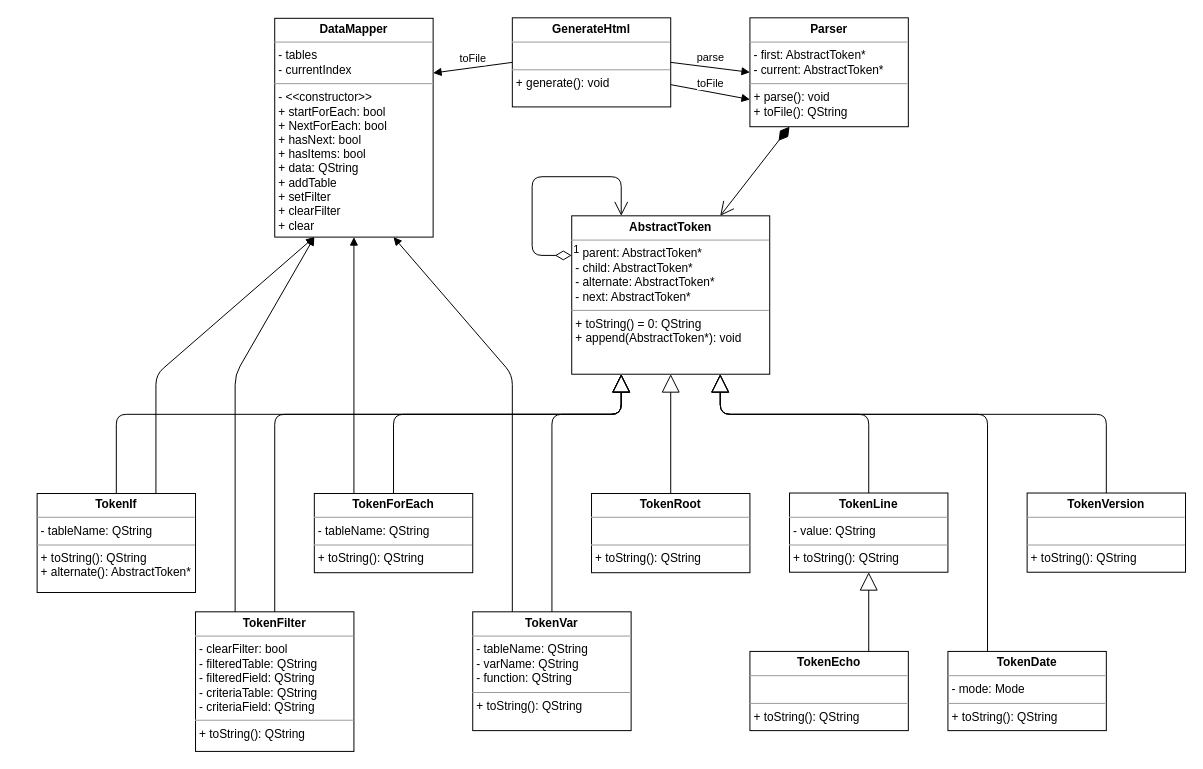
Above: page "genHtml" (6 of 9) of toolsDB.drawio in behej/toolsDB (draw.io), before the change. Source tidied: cells renumbered, new cells numbered last; positions are measured from the earlier drawing's top-left corner, leaving out a move shared by most shapes. Both pictures are drawn from the tidied source at 99%, with x=0, y=0 at pixel (37, 18).
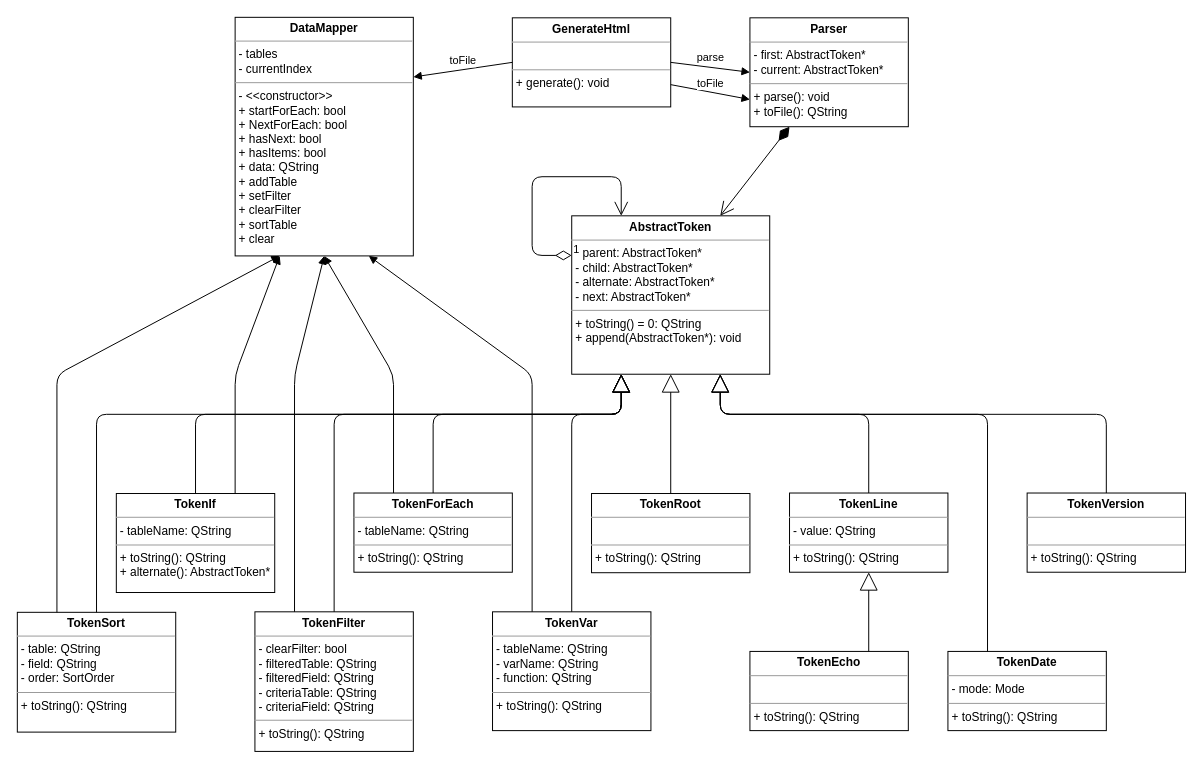
The same diagram, later.

The change refers to these unchanged cells:
```xml
<mxCell id="4" value="&lt;p style=&quot;margin: 0px ; margin-top: 4px ; text-align: center&quot;&gt;&lt;b&gt;AbstractToken&lt;/b&gt;&lt;/p&gt;&lt;hr size=&quot;1&quot;&gt;&lt;p style=&quot;margin: 0px ; margin-left: 4px&quot;&gt;- parent: AbstractToken*&lt;/p&gt;&lt;p style=&quot;margin: 0px ; margin-left: 4px&quot;&gt;- child: AbstractToken*&lt;/p&gt;&lt;p style=&quot;margin: 0px ; margin-left: 4px&quot;&gt;- alternate: AbstractToken*&lt;/p&gt;&lt;p style=&quot;margin: 0px ; margin-left: 4px&quot;&gt;- next: AbstractToken*&lt;/p&gt;&lt;hr size=&quot;1&quot;&gt;&lt;p style=&quot;margin: 0px ; margin-left: 4px&quot;&gt;+ toString() = 0: QString&lt;/p&gt;&lt;p style=&quot;margin: 0px ; margin-left: 4px&quot;&gt;+ append(AbstractToken*): void&lt;/p&gt;" style="verticalAlign=top;align=left;overflow=fill;fontSize=12;fontFamily=Helvetica;html=1;" parent="1" vertex="1">
  <mxGeometry x="540" y="199.5" width="200" height="160" as="geometry" />
</mxCell>
```

Diff of the diagram source:
```diff
@@
     <mxCell id="8" value="&lt;p style=&quot;margin: 0px ; margin-top: 4px ; text-align: center&quot;&gt;&lt;b&gt;TokenForEach&lt;/b&gt;&lt;/p&gt;&lt;hr size=&quot;1&quot;&gt;&lt;p style=&quot;margin: 0px ; margin-left: 4px&quot;&gt;- tableName: QString&lt;/p&gt;&lt;hr size=&quot;1&quot;&gt;&lt;p style=&quot;margin: 0px ; margin-left: 4px&quot;&gt;+ toString(): QString&lt;/p&gt;" style="verticalAlign=top;align=left;overflow=fill;fontSize=12;fontFamily=Helvetica;html=1;" parent="1" vertex="1">
-      <mxGeometry x="280" y="480" width="160" height="80" as="geometry" />
+      <mxGeometry x="320" y="479.5" width="160" height="80" as="geometry" />
     </mxCell>
     <mxCell id="9" value="&lt;p style=&quot;margin: 0px ; margin-top: 4px ; text-align: center&quot;&gt;&lt;b&gt;TokenFilter&lt;/b&gt;&lt;/p&gt;&lt;hr size=&quot;1&quot;&gt;&lt;p style=&quot;margin: 0px ; margin-left: 4px&quot;&gt;- clearFilter: bool&lt;/p&gt;&lt;p style=&quot;margin: 0px ; margin-left: 4px&quot;&gt;- filteredTable: QString&lt;/p&gt;&lt;p style=&quot;margin: 0px ; margin-left: 4px&quot;&gt;- filteredField: QString&lt;/p&gt;&lt;p style=&quot;margin: 0px ; margin-left: 4px&quot;&gt;- criteriaTable: QString&lt;/p&gt;&lt;p style=&quot;margin: 0px ; margin-left: 4px&quot;&gt;- criteriaField: QString&lt;/p&gt;&lt;hr size=&quot;1&quot;&gt;&lt;p style=&quot;margin: 0px ; margin-left: 4px&quot;&gt;+ toString(): QString&lt;/p&gt;" style="verticalAlign=top;align=left;overflow=fill;fontSize=12;fontFamily=Helvetica;html=1;" parent="1" vertex="1">
-      <mxGeometry x="160" y="599.5" width="160" height="141" as="geometry" />
+      <mxGeometry x="220" y="599.5" width="160" height="141" as="geometry" />
     </mxCell>
     <mxCell id="10" value="&lt;p style=&quot;margin: 0px ; margin-top: 4px ; text-align: center&quot;&gt;&lt;b&gt;TokenVar&lt;/b&gt;&lt;/p&gt;&lt;hr size=&quot;1&quot;&gt;&lt;p style=&quot;margin: 0px ; margin-left: 4px&quot;&gt;- tableName: QString&lt;/p&gt;&lt;p style=&quot;margin: 0px ; margin-left: 4px&quot;&gt;- varName: QString&lt;/p&gt;&lt;p style=&quot;margin: 0px ; margin-left: 4px&quot;&gt;- function: QString&lt;/p&gt;&lt;hr size=&quot;1&quot;&gt;&lt;p style=&quot;margin: 0px ; margin-left: 4px&quot;&gt;+ toString(): QString&lt;/p&gt;" style="verticalAlign=top;align=left;overflow=fill;fontSize=12;fontFamily=Helvetica;html=1;" parent="1" vertex="1">
-      <mxGeometry x="440" y="599.5" width="160" height="120" as="geometry" />
+      <mxGeometry x="460" y="599.5" width="160" height="120" as="geometry" />
     </mxCell>
@@
     <mxCell id="17" style="endArrow=block;endSize=16;endFill=0;html=1;exitX=0.5;exitY=0;exitDx=0;exitDy=0;entryX=0.25;entryY=1;entryDx=0;entryDy=0;edgeStyle=orthogonalEdgeStyle;" parent="1" edge="1" source="8" target="4">
       <mxGeometry relative="1" as="geometry">
         <Array as="points">
-          <mxPoint x="360" y="400" />
+          <mxPoint x="400" y="400" />
           <mxPoint x="590" y="400" />
         </Array>
       </mxGeometry>
     </mxCell>
     <mxCell id="18" style="endArrow=block;endSize=16;endFill=0;html=1;exitX=0.5;exitY=0;exitDx=0;exitDy=0;entryX=0.25;entryY=1;entryDx=0;entryDy=0;edgeStyle=orthogonalEdgeStyle;" parent="1" edge="1" source="10" target="4">
       <mxGeometry relative="1" as="geometry">
         <Array as="points">
-          <mxPoint x="520" y="400" />
+          <mxPoint x="540" y="400" />
           <mxPoint x="590" y="400" />
         </Array>
       </mxGeometry>
     </mxCell>
     <mxCell id="19" style="endArrow=block;endSize=16;endFill=0;html=1;entryX=0.25;entryY=1;entryDx=0;entryDy=0;exitX=0.5;exitY=0;exitDx=0;exitDy=0;edgeStyle=orthogonalEdgeStyle;" parent="1" edge="1" source="9" target="4">
       <mxGeometry relative="1" as="geometry">
         <Array as="points">
-          <mxPoint x="240" y="600" />
-          <mxPoint x="240" y="400" />
+          <mxPoint x="300" y="400" />
           <mxPoint x="590" y="400" />
         </Array>
       </mxGeometry>
     </mxCell>
@@
-    <mxCell id="22" value="&lt;p style=&quot;margin: 0px ; margin-top: 4px ; text-align: center&quot;&gt;&lt;b&gt;DataMapper&lt;/b&gt;&lt;/p&gt;&lt;hr size=&quot;1&quot;&gt;&lt;p style=&quot;margin: 0px ; margin-left: 4px&quot;&gt;- tables&lt;/p&gt;&lt;p style=&quot;margin: 0px ; margin-left: 4px&quot;&gt;- currentIndex&lt;/p&gt;&lt;hr size=&quot;1&quot;&gt;&lt;p style=&quot;margin: 0px ; margin-left: 4px&quot;&gt;- &amp;lt;&amp;lt;constructor&amp;gt;&amp;gt;&lt;/p&gt;&lt;p style=&quot;margin: 0px ; margin-left: 4px&quot;&gt;+ startForEach: bool&lt;/p&gt;&lt;p style=&quot;margin: 0px ; margin-left: 4px&quot;&gt;+ NextForEach: bool&lt;/p&gt;&lt;p style=&quot;margin: 0px ; margin-left: 4px&quot;&gt;+ hasNext: bool&lt;/p&gt;&lt;p style=&quot;margin: 0px ; margin-left: 4px&quot;&gt;+ hasItems: bool&lt;/p&gt;&lt;p style=&quot;margin: 0px ; margin-left: 4px&quot;&gt;+ data: QString&lt;/p&gt;&lt;p style=&quot;margin: 0px ; margin-left: 4px&quot;&gt;+ addTable&lt;/p&gt;&lt;p style=&quot;margin: 0px ; margin-left: 4px&quot;&gt;+ setFilter&lt;/p&gt;&lt;p style=&quot;margin: 0px ; margin-left: 4px&quot;&gt;+ clearFilter&lt;/p&gt;&lt;p style=&quot;margin: 0px ; margin-left: 4px&quot;&gt;+ clear&lt;/p&gt;" style="verticalAlign=top;align=left;overflow=fill;fontSize=12;fontFamily=Helvetica;html=1;" parent="1" vertex="1">
-      <mxGeometry x="240" width="160" height="221" as="geometry" />
+    <mxCell id="22" value="&lt;p style=&quot;margin: 0px ; margin-top: 4px ; text-align: center&quot;&gt;&lt;b&gt;DataMapper&lt;/b&gt;&lt;/p&gt;&lt;hr size=&quot;1&quot;&gt;&lt;p style=&quot;margin: 0px ; margin-left: 4px&quot;&gt;- tables&lt;/p&gt;&lt;p style=&quot;margin: 0px ; margin-left: 4px&quot;&gt;- currentIndex&lt;/p&gt;&lt;hr size=&quot;1&quot;&gt;&lt;p style=&quot;margin: 0px ; margin-left: 4px&quot;&gt;- &amp;lt;&amp;lt;constructor&amp;gt;&amp;gt;&lt;/p&gt;&lt;p style=&quot;margin: 0px ; margin-left: 4px&quot;&gt;+ startForEach: bool&lt;/p&gt;&lt;p style=&quot;margin: 0px ; margin-left: 4px&quot;&gt;+ NextForEach: bool&lt;/p&gt;&lt;p style=&quot;margin: 0px ; margin-left: 4px&quot;&gt;+ hasNext: bool&lt;/p&gt;&lt;p style=&quot;margin: 0px ; margin-left: 4px&quot;&gt;+ hasItems: bool&lt;/p&gt;&lt;p style=&quot;margin: 0px ; margin-left: 4px&quot;&gt;+ data: QString&lt;/p&gt;&lt;p style=&quot;margin: 0px ; margin-left: 4px&quot;&gt;+ addTable&lt;/p&gt;&lt;p style=&quot;margin: 0px ; margin-left: 4px&quot;&gt;+ setFilter&lt;/p&gt;&lt;p style=&quot;margin: 0px ; margin-left: 4px&quot;&gt;+ clearFilter&lt;/p&gt;&lt;p style=&quot;margin: 0px ; margin-left: 4px&quot;&gt;+ sortTable&lt;/p&gt;&lt;p style=&quot;margin: 0px ; margin-left: 4px&quot;&gt;+ clear&lt;/p&gt;" style="verticalAlign=top;align=left;overflow=fill;fontSize=12;fontFamily=Helvetica;html=1;" parent="1" vertex="1">
+      <mxGeometry x="200" y="-1" width="180" height="241" as="geometry" />
     </mxCell>
@@
     <mxCell id="27" style="html=1;verticalAlign=bottom;endArrow=block;exitX=0.25;exitY=0;exitDx=0;exitDy=0;entryX=0.5;entryY=1;entryDx=0;entryDy=0;" parent="1" edge="1" source="8" target="22">
-      <mxGeometry relative="1" as="geometry" />
+      <mxGeometry relative="1" as="geometry">
+        <Array as="points">
+          <mxPoint x="360" y="360" />
+        </Array>
+      </mxGeometry>
     </mxCell>
     <mxCell id="28" style="html=1;verticalAlign=bottom;endArrow=block;exitX=0.25;exitY=0;exitDx=0;exitDy=0;entryX=0.75;entryY=1;entryDx=0;entryDy=0;" parent="1" edge="1" source="10" target="22">
       <mxGeometry relative="1" as="geometry">
         <Array as="points">
-          <mxPoint x="480" y="360" />
+          <mxPoint x="500" y="360" />
         </Array>
       </mxGeometry>
     </mxCell>
-    <mxCell id="29" style="html=1;verticalAlign=bottom;endArrow=block;exitX=0.25;exitY=0;exitDx=0;exitDy=0;entryX=0.25;entryY=1;entryDx=0;entryDy=0;" parent="1" edge="1" source="9" target="22">
+    <mxCell id="29" style="html=1;verticalAlign=bottom;endArrow=block;exitX=0.25;exitY=0;exitDx=0;exitDy=0;entryX=0.5;entryY=1;entryDx=0;entryDy=0;" parent="1" edge="1" source="9" target="22">
       <mxGeometry relative="1" as="geometry">
         <Array as="points">
-          <mxPoint x="200" y="360" />
+          <mxPoint x="260" y="360" />
         </Array>
       </mxGeometry>
     </mxCell>
     <mxCell id="30" value="&lt;p style=&quot;margin: 0px ; margin-top: 4px ; text-align: center&quot;&gt;&lt;b&gt;TokenIf&lt;/b&gt;&lt;/p&gt;&lt;hr size=&quot;1&quot;&gt;&lt;p style=&quot;margin: 0px ; margin-left: 4px&quot;&gt;- tableName: QString&lt;/p&gt;&lt;hr size=&quot;1&quot;&gt;&lt;p style=&quot;margin: 0px ; margin-left: 4px&quot;&gt;+ toString(): QString&lt;/p&gt;&lt;p style=&quot;margin: 0px ; margin-left: 4px&quot;&gt;+ alternate(): AbstractToken*&lt;/p&gt;" style="verticalAlign=top;align=left;overflow=fill;fontSize=12;fontFamily=Helvetica;html=1;" parent="1" vertex="1">
-      <mxGeometry y="480" width="160" height="100" as="geometry" />
+      <mxGeometry x="80" y="480" width="160" height="100" as="geometry" />
     </mxCell>
     <mxCell id="31" style="endArrow=block;endSize=16;endFill=0;html=1;exitX=0.5;exitY=0;exitDx=0;exitDy=0;entryX=0.25;entryY=1;entryDx=0;entryDy=0;edgeStyle=orthogonalEdgeStyle;" parent="1" edge="1" source="30" target="4">
       <mxGeometry relative="1" as="geometry">
         <Array as="points">
-          <mxPoint x="80" y="400" />
+          <mxPoint x="160" y="400" />
           <mxPoint x="590" y="400" />
         </Array>
       </mxGeometry>
     </mxCell>
     <mxCell id="32" style="html=1;verticalAlign=bottom;endArrow=block;exitX=0.75;exitY=0;exitDx=0;exitDy=0;entryX=0.25;entryY=1;entryDx=0;entryDy=0;" parent="1" edge="1" source="30" target="22">
       <mxGeometry relative="1" as="geometry">
         <Array as="points">
-          <mxPoint x="120" y="360" />
+          <mxPoint x="200" y="360" />
         </Array>
       </mxGeometry>
     </mxCell>
+    <mxCell id="33" value="&lt;p style=&quot;margin: 0px ; margin-top: 4px ; text-align: center&quot;&gt;&lt;b&gt;TokenSort&lt;/b&gt;&lt;/p&gt;&lt;hr size=&quot;1&quot;&gt;&lt;p style=&quot;margin: 0px ; margin-left: 4px&quot;&gt;&lt;span&gt;- table: QString&lt;/span&gt;&lt;br&gt;&lt;/p&gt;&lt;p style=&quot;margin: 0px ; margin-left: 4px&quot;&gt;- field: QString&lt;/p&gt;&lt;p style=&quot;margin: 0px ; margin-left: 4px&quot;&gt;- order: SortOrder&lt;/p&gt;&lt;hr size=&quot;1&quot;&gt;&lt;p style=&quot;margin: 0px ; margin-left: 4px&quot;&gt;+ toString(): QString&lt;/p&gt;" style="verticalAlign=top;align=left;overflow=fill;fontSize=12;fontFamily=Helvetica;html=1;" parent="1" vertex="1">
+      <mxGeometry x="-20" y="600" width="160" height="121" as="geometry" />
+    </mxCell>
+    <mxCell id="34" style="html=1;verticalAlign=bottom;endArrow=block;exitX=0.25;exitY=0;exitDx=0;exitDy=0;entryX=0.25;entryY=1;entryDx=0;entryDy=0;" parent="1" edge="1" source="33" target="22">
+      <mxGeometry relative="1" as="geometry">
+        <Array as="points">
+          <mxPoint x="20" y="360" />
+        </Array>
+      </mxGeometry>
+    </mxCell>
+    <mxCell id="35" style="endArrow=block;endSize=16;endFill=0;html=1;exitX=0.5;exitY=0;exitDx=0;exitDy=0;entryX=0.25;entryY=1;entryDx=0;entryDy=0;edgeStyle=orthogonalEdgeStyle;" parent="1" edge="1" source="33" target="4">
+      <mxGeometry relative="1" as="geometry">
+        <Array as="points">
+          <mxPoint x="60" y="400" />
+          <mxPoint x="590" y="400" />
+        </Array>
+      </mxGeometry>
+    </mxCell>
```
